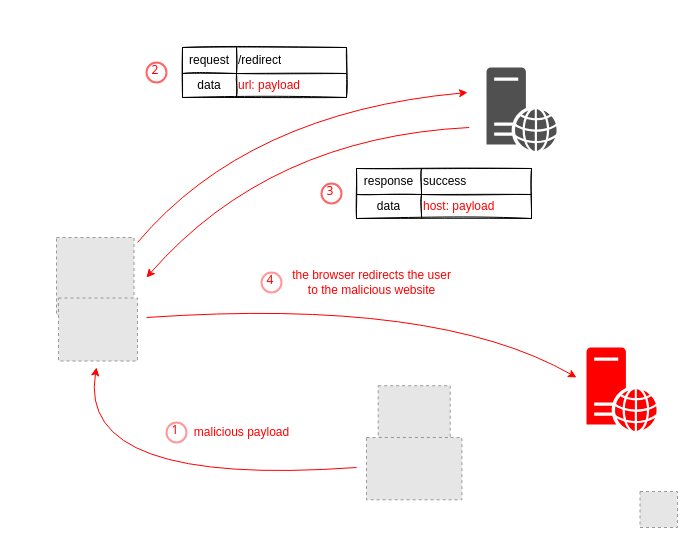
Earlier version of the draw.io diagram content/open-redirect.drawio (qeeqbox/open-redirect). Source tidied: cells renumbered, new cells numbered last; positions are measured from the earlier drawing's top-left corner, leaving out a move shared by most shapes. Both pictures are drawn from the tidied source at 100%, with x=0, y=0 at pixel (17, 17). Pictures stored in the file or linked from it are replaced by grey dashed boxes.
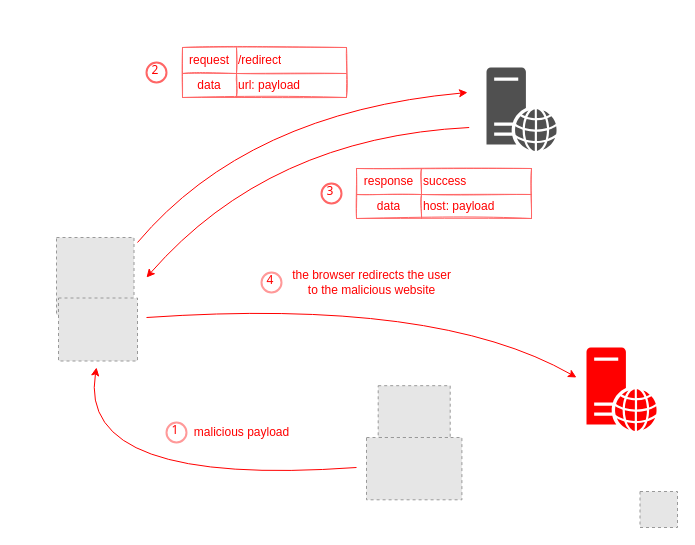
The same diagram, later.

Change to the diagram source:
```diff
@@
-    <mxCell id="14" style="shape=table;html=1;whiteSpace=wrap;startSize=0;childLayout=tableLayout;align=left;rounded=0;shadow=0;sketch=1;arcSize=0;" parent="1" vertex="1">
+    <mxCell id="14" style="shape=table;html=1;whiteSpace=wrap;startSize=0;childLayout=tableLayout;align=left;rounded=0;shadow=0;sketch=1;arcSize=0;strokeColor=#FF6666;fontColor=#FF0000;" parent="1" vertex="1">
       <mxGeometry x="165" y="30" width="164" height="50" as="geometry" />
     </mxCell>
-    <mxCell id="15" style="shape=tableRow;horizontal=0;startSize=0;swimlaneHead=0;swimlaneBody=0;top=0;left=0;bottom=0;right=0;fillColor=none;" parent="14" vertex="1">
+    <mxCell id="15" style="shape=tableRow;horizontal=0;startSize=0;swimlaneHead=0;swimlaneBody=0;top=0;left=0;bottom=0;right=0;fillColor=none;fontColor=#FF0000;" parent="14" vertex="1">
       <mxGeometry width="164" height="26" as="geometry" />
     </mxCell>
-    <mxCell id="16" value="request" style="shape=partialRectangle;html=1;whiteSpace=wrap;fillColor=none;top=0;left=0;bottom=0;right=0;overflow=hidden;" parent="15" vertex="1">
+    <mxCell id="16" value="request" style="shape=partialRectangle;html=1;whiteSpace=wrap;fillColor=none;top=0;left=0;bottom=0;right=0;overflow=hidden;fontColor=#FF0000;" parent="15" vertex="1">
       <mxGeometry width="54" height="26" as="geometry" />
     </mxCell>
-    <mxCell id="17" value="&lt;div style=&quot;text-align: center;&quot;&gt;&lt;span style=&quot;background-color: transparent;&quot;&gt;/redirect&lt;/span&gt;&lt;/div&gt;" style="shape=partialRectangle;html=1;whiteSpace=wrap;fillColor=none;top=0;left=0;bottom=0;right=0;overflow=hidden;align=left;" parent="15" vertex="1">
+    <mxCell id="17" value="&lt;div style=&quot;text-align: center;&quot;&gt;&lt;span style=&quot;background-color: transparent;&quot;&gt;/redirect&lt;/span&gt;&lt;/div&gt;" style="shape=partialRectangle;html=1;whiteSpace=wrap;fillColor=none;top=0;left=0;bottom=0;right=0;overflow=hidden;align=left;fontColor=#FF0000;" parent="15" vertex="1">
       <mxGeometry x="54" width="110" height="26" as="geometry" />
     </mxCell>
-    <mxCell id="18" style="shape=tableRow;horizontal=0;startSize=0;swimlaneHead=0;swimlaneBody=0;top=0;left=0;bottom=0;right=0;fillColor=none;" parent="14" vertex="1">
+    <mxCell id="18" style="shape=tableRow;horizontal=0;startSize=0;swimlaneHead=0;swimlaneBody=0;top=0;left=0;bottom=0;right=0;fillColor=none;fontColor=#FF0000;" parent="14" vertex="1">
       <mxGeometry y="26" width="164" height="24" as="geometry" />
     </mxCell>
-    <mxCell id="19" value="data" style="shape=partialRectangle;html=1;whiteSpace=wrap;fillColor=none;top=0;left=0;bottom=0;right=0;overflow=hidden;" parent="18" vertex="1">
+    <mxCell id="19" value="data" style="shape=partialRectangle;html=1;whiteSpace=wrap;fillColor=none;top=0;left=0;bottom=0;right=0;overflow=hidden;fontColor=#FF0000;" parent="18" vertex="1">
       <mxGeometry width="54" height="24" as="geometry" />
     </mxCell>
-    <mxCell id="20" value="&lt;font color=&quot;#ff0000&quot;&gt;url: payload&lt;/font&gt;&lt;span&gt;&lt;br&gt;&lt;/span&gt;" style="shape=partialRectangle;html=1;whiteSpace=wrap;fillColor=none;top=0;left=0;bottom=0;right=0;overflow=hidden;align=left;" parent="18" vertex="1">
+    <mxCell id="20" value="&lt;font&gt;url: payload&lt;/font&gt;&lt;span&gt;&lt;br&gt;&lt;/span&gt;" style="shape=partialRectangle;html=1;whiteSpace=wrap;fillColor=none;top=0;left=0;bottom=0;right=0;overflow=hidden;align=left;fontColor=#FF0000;" parent="18" vertex="1">
       <mxGeometry x="54" width="110" height="24" as="geometry" />
     </mxCell>
@@
-    <mxCell id="26" style="shape=table;html=1;whiteSpace=wrap;startSize=0;childLayout=tableLayout;align=left;rounded=0;shadow=0;sketch=1;arcSize=0;" parent="1" vertex="1">
+    <mxCell id="26" style="shape=table;html=1;whiteSpace=wrap;startSize=0;childLayout=tableLayout;align=left;rounded=0;shadow=0;sketch=1;arcSize=0;fontColor=#FF0000;strokeColor=#FF6666;" parent="1" vertex="1">
       <mxGeometry x="339" y="151" width="175" height="50" as="geometry" />
     </mxCell>
-    <mxCell id="27" style="shape=tableRow;horizontal=0;startSize=0;swimlaneHead=0;swimlaneBody=0;top=0;left=0;bottom=0;right=0;fillColor=none;" parent="26" vertex="1">
+    <mxCell id="27" style="shape=tableRow;horizontal=0;startSize=0;swimlaneHead=0;swimlaneBody=0;top=0;left=0;bottom=0;right=0;fillColor=none;fontColor=#FF0000;" parent="26" vertex="1">
       <mxGeometry width="175" height="26" as="geometry" />
     </mxCell>
-    <mxCell id="28" value="response" style="shape=partialRectangle;html=1;whiteSpace=wrap;fillColor=none;top=0;left=0;bottom=0;right=0;overflow=hidden;" parent="27" vertex="1">
+    <mxCell id="28" value="response" style="shape=partialRectangle;html=1;whiteSpace=wrap;fillColor=none;top=0;left=0;bottom=0;right=0;overflow=hidden;fontColor=#FF0000;" parent="27" vertex="1">
       <mxGeometry width="65" height="26" as="geometry" />
     </mxCell>
-    <mxCell id="29" value="&lt;span style=&quot;text-align: center&quot;&gt;success&lt;/span&gt;" style="shape=partialRectangle;html=1;whiteSpace=wrap;fillColor=none;top=0;left=0;bottom=0;right=0;overflow=hidden;align=left;" parent="27" vertex="1">
+    <mxCell id="29" value="&lt;span style=&quot;text-align: center&quot;&gt;success&lt;/span&gt;" style="shape=partialRectangle;html=1;whiteSpace=wrap;fillColor=none;top=0;left=0;bottom=0;right=0;overflow=hidden;align=left;fontColor=#FF0000;" parent="27" vertex="1">
       <mxGeometry x="65" width="110" height="26" as="geometry" />
     </mxCell>
-    <mxCell id="30" style="shape=tableRow;horizontal=0;startSize=0;swimlaneHead=0;swimlaneBody=0;top=0;left=0;bottom=0;right=0;fillColor=none;" parent="26" vertex="1">
+    <mxCell id="30" style="shape=tableRow;horizontal=0;startSize=0;swimlaneHead=0;swimlaneBody=0;top=0;left=0;bottom=0;right=0;fillColor=none;fontColor=#FF0000;" parent="26" vertex="1">
       <mxGeometry y="26" width="175" height="24" as="geometry" />
     </mxCell>
-    <mxCell id="31" value="data" style="shape=partialRectangle;html=1;whiteSpace=wrap;fillColor=none;top=0;left=0;bottom=0;right=0;overflow=hidden;" parent="30" vertex="1">
+    <mxCell id="31" value="data" style="shape=partialRectangle;html=1;whiteSpace=wrap;fillColor=none;top=0;left=0;bottom=0;right=0;overflow=hidden;fontColor=#FF0000;" parent="30" vertex="1">
       <mxGeometry width="65" height="24" as="geometry" />
     </mxCell>
-    <mxCell id="32" value="&lt;span style=&quot;color: rgb(255, 0, 0);&quot;&gt;host:&amp;nbsp;&lt;/span&gt;&lt;span style=&quot;color: rgb(255, 0, 0);&quot;&gt;payload&lt;/span&gt;" style="shape=partialRectangle;html=1;whiteSpace=wrap;fillColor=none;top=0;left=0;bottom=0;right=0;overflow=hidden;align=left;" parent="30" vertex="1">
+    <mxCell id="32" value="&lt;span style=&quot;&quot;&gt;host:&amp;nbsp;&lt;/span&gt;&lt;span style=&quot;&quot;&gt;payload&lt;/span&gt;" style="shape=partialRectangle;html=1;whiteSpace=wrap;fillColor=none;top=0;left=0;bottom=0;right=0;overflow=hidden;align=left;fontColor=#FF0000;" parent="30" vertex="1">
       <mxGeometry x="65" width="110" height="24" as="geometry" />
     </mxCell>
```
